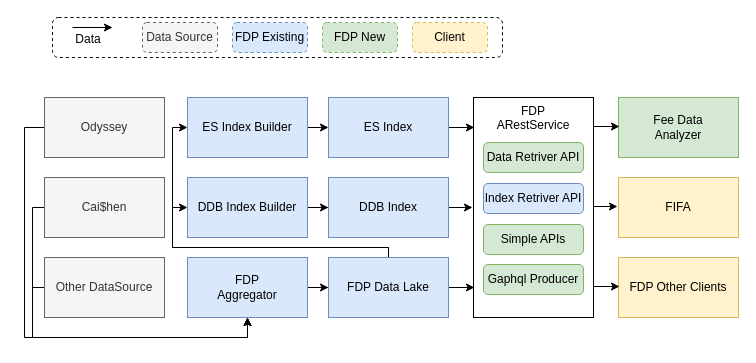
The draw.io diagram FDP API Highlevel.drawio in wang2gua/test, before the edit. Source tidied: cells renumbered, new cells numbered last; positions are measured from the earlier drawing's top-left corner, leaving out a move shared by most shapes. Both pictures are drawn from the tidied source at 100%, with x=0, y=0 at pixel (32, 17).
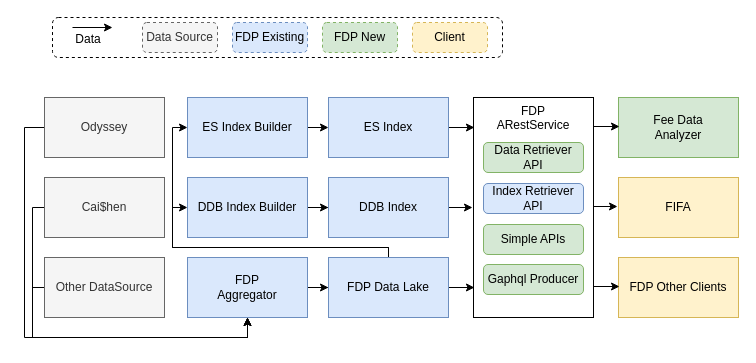
Above is the later version.

The edit, as a diff of the source:
```diff
@@
-    <mxCell id="24" value="Data Retriver API" style="rounded=1;whiteSpace=wrap;html=1;fillColor=#d5e8d4;strokeColor=#82b366;" parent="1" vertex="1">
+    <mxCell id="24" value="Data &lt;span class=&quot;yKMVIe&quot;&gt;Retriever&lt;/span&gt; API" style="rounded=1;whiteSpace=wrap;html=1;fillColor=#d5e8d4;strokeColor=#82b366;" parent="1" vertex="1">
       <mxGeometry x="451" y="125" width="100" height="30" as="geometry" />
     </mxCell>
-    <mxCell id="25" value="Index Retriver API" style="rounded=1;whiteSpace=wrap;html=1;fillColor=#dae8fc;strokeColor=#6c8ebf;" parent="1" vertex="1">
+    <mxCell id="25" value="Index &lt;span class=&quot;yKMVIe&quot;&gt;Retriever&lt;/span&gt; API" style="rounded=1;whiteSpace=wrap;html=1;fillColor=#dae8fc;strokeColor=#6c8ebf;" parent="1" vertex="1">
       <mxGeometry x="451" y="166" width="100" height="30" as="geometry" />
     </mxCell>
```
